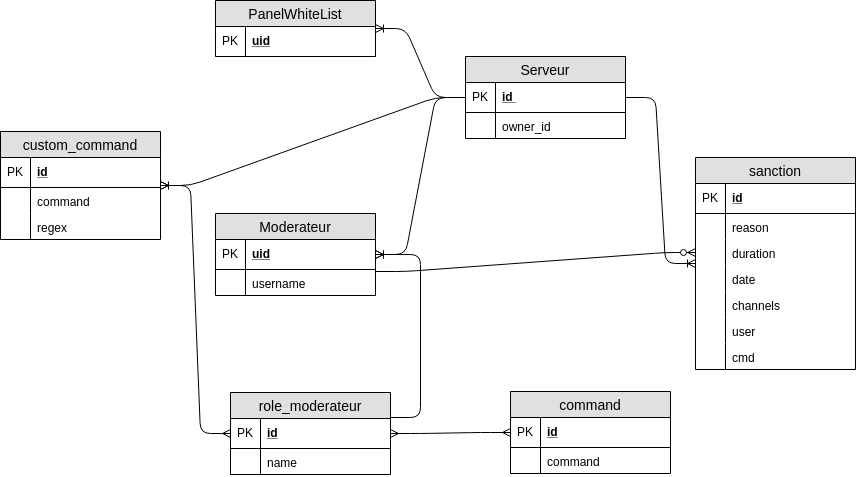
Above: doc/schema_associatif.png in RomainCtl/discord_project (draw.io), before the change. Source tidied: cells renumbered, new cells last; positions are measured from the earlier drawing's top-left corner, leaving out a move shared by most shapes.
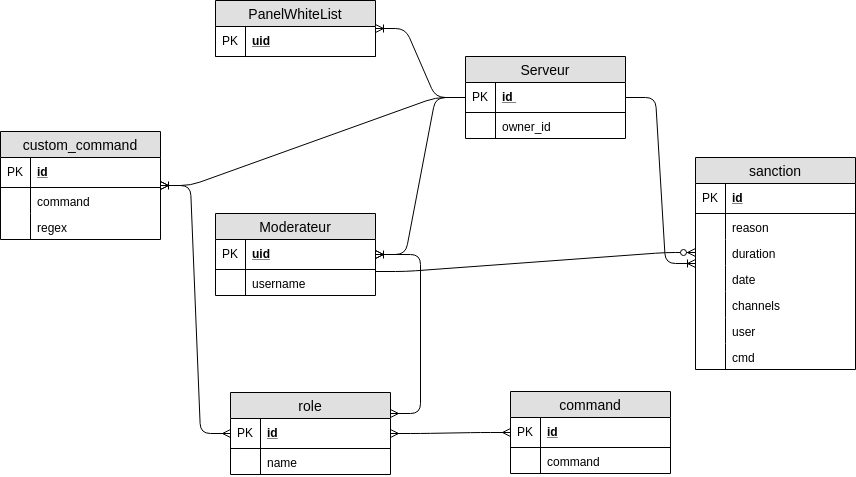
The same file after the commit.

Commit message:
Un moderateur peut avoir plusieur roles

Change to the diagram source:
```diff
@@ -35,7 +35,7 @@
     <mxCell id="12" style="edgeStyle=entityRelationEdgeStyle;fontSize=12;html=1;endArrow=ERoneToMany;strokeColor=#000000;fontColor=#000000;" parent="1" edge="1" source="2" target="7">
       <mxGeometry relative="1" as="geometry" />
     </mxCell>
-    <mxCell id="13" value="role_moderateur" style="swimlane;fontStyle=0;horizontal=1;startSize=26;fillColor=#e0e0e0;swimlaneFillColor=#ffffff;align=center;fontSize=14;strokeColor=#000000;fontColor=#000000;" parent="1" vertex="1">
+    <mxCell id="13" value="role" style="swimlane;fontStyle=0;horizontal=1;startSize=26;fillColor=#e0e0e0;swimlaneFillColor=#ffffff;align=center;fontSize=14;strokeColor=#000000;fontColor=#000000;" parent="1" vertex="1">
       <mxGeometry x="230" y="392" width="160" height="82" as="geometry" />
     </mxCell>
     <mxCell id="14" value="id" style="shape=partialRectangle;top=0;left=0;right=0;bottom=1;align=left;verticalAlign=middle;fillColor=none;spacingLeft=34;spacingRight=4;overflow=hidden;points=[[0,0.5],[1,0.5]];portConstraint=eastwest;fontStyle=5;fontSize=12;strokeColor=#000000;fontColor=#000000;" parent="13" vertex="1">
@@ -65,9 +65,6 @@
     <mxCell id="22" style="shape=partialRectangle;top=0;left=0;bottom=0;fillColor=none;align=left;verticalAlign=top;spacingLeft=4;spacingRight=4;overflow=hidden;fontSize=12;fontColor=#000000;strokeColor=#000000;" parent="21" vertex="1">
       <mxGeometry width="30" height="26" as="geometry" />
     </mxCell>
-    <mxCell id="23" style="edgeStyle=entityRelationEdgeStyle;fontSize=12;html=1;endArrow=ERoneToMany;strokeColor=#000000;fontColor=#000000;exitX=1;exitY=-0.033;exitDx=0;exitDy=0;exitPerimeter=0;" parent="1" edge="1" source="14" target="7">
-      <mxGeometry relative="1" as="geometry" />
-    </mxCell>
     <mxCell id="24" value="sanction" style="swimlane;fontStyle=0;horizontal=1;startSize=26;fillColor=#e0e0e0;swimlaneFillColor=#ffffff;align=center;fontSize=14;strokeColor=#000000;fontColor=#000000;" parent="1" vertex="1">
       <mxGeometry x="695" y="157" width="160" height="212" as="geometry" />
     </mxCell>
@@ -161,5 +158,8 @@
     <mxCell id="54" style="edgeStyle=entityRelationEdgeStyle;fontSize=12;html=1;endArrow=ERoneToMany;strokeColor=#000000;" parent="1" edge="1" source="2" target="51">
       <mxGeometry relative="1" as="geometry" />
     </mxCell>
+    <mxCell id="55" style="edgeStyle=entityRelationEdgeStyle;fontSize=12;html=1;endArrow=ERmany;startArrow=ERmany;strokeColor=#000000;exitX=1;exitY=0.25;exitDx=0;exitDy=0;" parent="1" edge="1" source="13" target="7">
+      <mxGeometry relative="1" as="geometry" />
+    </mxCell>
   </root>
 </mxGraphModel>
```
